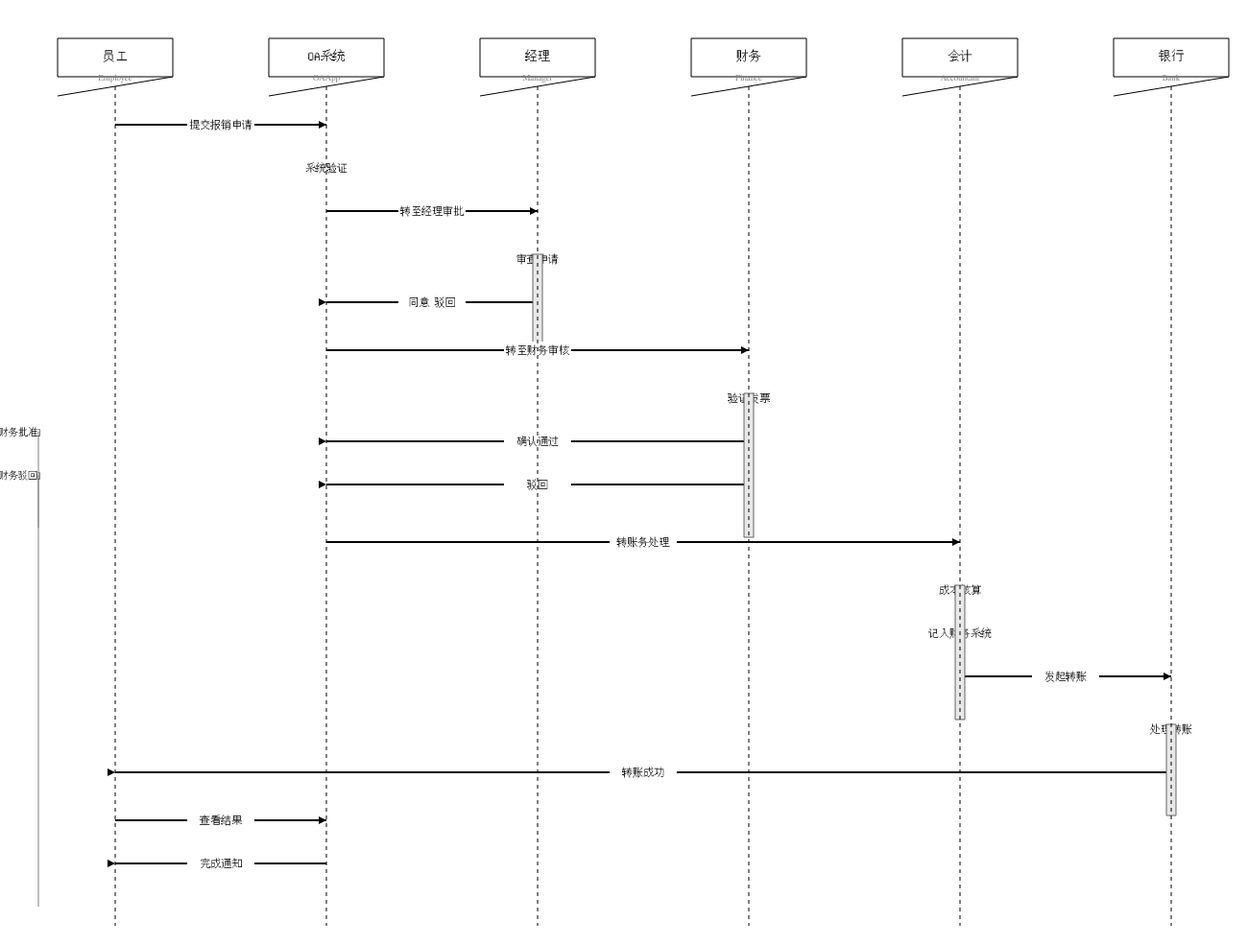
This is examples/oa_reimbursement_flow.png from Hao430/mermaid-cli, a Mermaid export, as it was before one commit. Its source is kept beside it as examples/oa_reimbursement_flow.mmd.
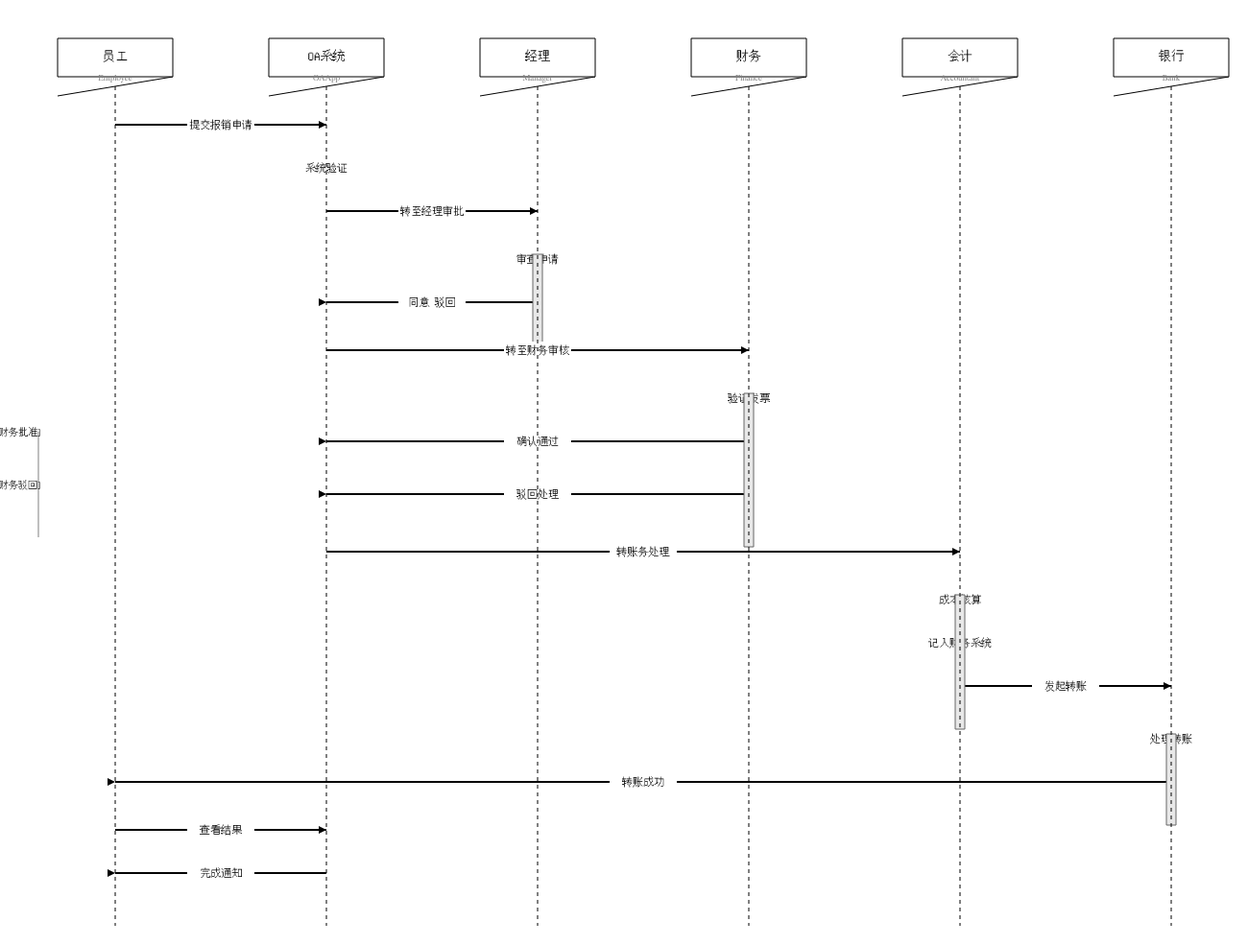
After the commit.

Commit message:
refactor: 时序图条件分支优化

- 用 opt 块替代 alt/else，提高兼容性
- 添加批准/驳回的显式分支消息
- 简化流程，保留关键决策点

备注：条件框边框需要完整的 Sequence Diagram 解析器支持（TODO）

The edit, as a diff of the source:
```diff
@@ -18,11 +18,11 @@
     OAApp->>Finance: 转至财务审核
     activate Finance
     Finance->>Finance: 验证发票
-
-    alt 财务批准
-        Finance->>OAApp: 确认通过
-    else 财务驳回
-        Finance->>OAApp: 驳回
+    opt 财务批准
+        Finance->>OAApp: ✓ 确认通过
+    end
+    opt 财务驳回
+        Finance->>OAApp: ✗ 驳回处理
     end
     deactivate Finance
 
```
